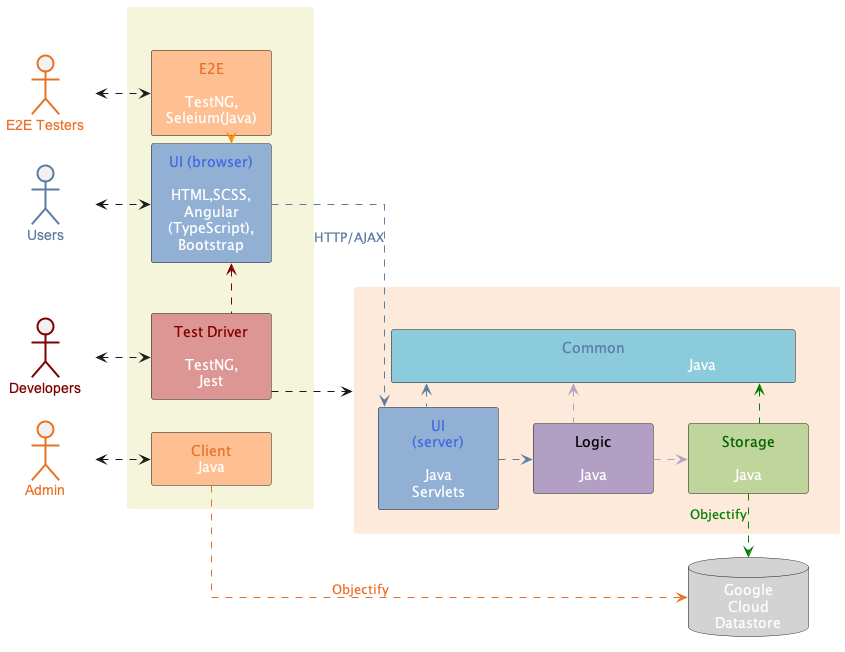
Above: diagrams/highlevelArchitecture.png in jingting1412/teammates (PlantUML), before the change. Its source is kept beside it as diagrams/highlevelArchitecture.puml. Its diagram source:
```plantuml
@startuml
!include style.puml
skinparam minClassWidth 100
skinparam ranksep 1
skinparam linetype ortho

!define orange E97126
!define lightorange FEC092
!define blue 5B7CA3
!define lightblue 91B0D4
!define skyblue 8CCBDB
!define lightred DC9693
!define violet B2A0C4
!define lightgreen C0D59C
!define lightpink FEEADA

actor E2E_actor as "E2E Testers" #line.bold;line:orange;text:orange
actor Users #line.bold;line:blue;text:blue
actor Developers #line.bold;line:maroon;text:maroon
actor Admin #line.bold;line:orange;text:orange

together {
    rectangle container1 as " " #beige;line:transparent {
        rectangle E2E_rect as "<color:orange>E2E\n\n<color:white>TestNG,\n<color:white>Seleium(Java)" #lightorange
        rectangle UI_browser as "<color:royalblue>UI (browser)\n\n<color:white>HTML,SCSS,\n<color:white>Angular\n<color:white>(TypeScript),\n<color:white>Bootstrap" #lightblue
        rectangle Test as "<color:maroon>Test Driver\n\n<color:white>TestNG,\n<color:white>Jest" #lightred
        rectangle Client as "<color:orange>Client\n<color:white>Java" #lightorange
    }

    rectangle container2 as " " #lightpink;line:transparent {
        rectangle Common as "<color:blue>Common\n\t\t\t\t\t\t\t\t\t<color:white>Java\t\t\t" #skyblue
        rectangle UI_server as "<color:royalblue>UI\n<color:royalblue>(server)\n\n<color:white>Java\n<color:white>Servlets" #lightblue
        rectangle Logic as "<color:darkpurple>Logic\n\n<color:white>Java" #violet
        rectangle Storage as "<color:darkgreen>Storage\n\n<color:white>Java" #lightgreen
    }

    database GCD as "<color:white>Google\n<color:white>Cloud\n<color:white>Datastore" #lightgrey
}

E2E_actor <.right.> E2E_rect
Users <.right.> UI_browser
Developers <.right.> Test
Admin <.right.> Client
E2E_rect .down.> UI_browser #darkorange
Test .up.> UI_browser #maroon
UI_browser .[#blue]right.> UI_server : <color:blue> HTTP/AJAX
UI_server .[#blue]up.> Common
Logic .[#violet]up.> Common
Storage .[#green]up.> Common
Storage .[#green]down.> GCD : <color:green>Objectify
Client .[#orange]right.> GCD : <color:orange>Objectify
UI_server .[#blue]right.> Logic
Logic .[#violet]right.> Storage
Test .right.> container2

E2E_actor -[hidden]- Users
Users -[hidden]- Developers
Developers -[hidden]- Admin
E2E_rect -[hidden]- UI_browser
UI_browser -[hidden]- Test
Test -[hidden]- Client
Common -[hidden]- UI_server
Common -[hidden]- Storage
Common -[hidden]- Logic
container1 -[hidden]- container2
container2 -[hidden]down- GCD
@enduml
```
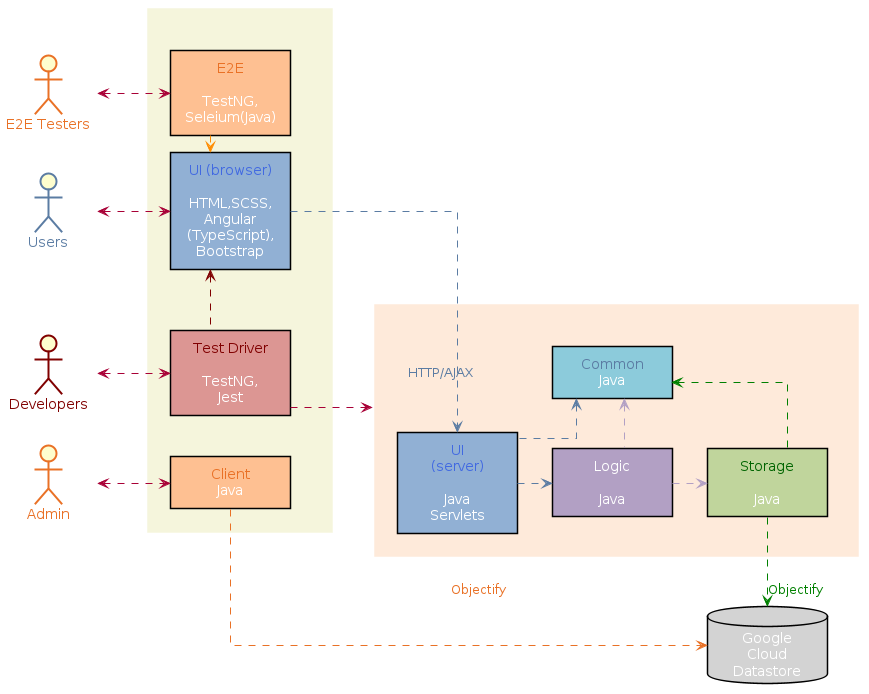
The same diagram one commit later.

Change to the diagram source:
```diff
@@ -1,5 +1,5 @@
 @startuml
-!include style.puml
+!include diagrams/style.puml
 skinparam minClassWidth 100
 skinparam ranksep 1
 skinparam linetype ortho
```
